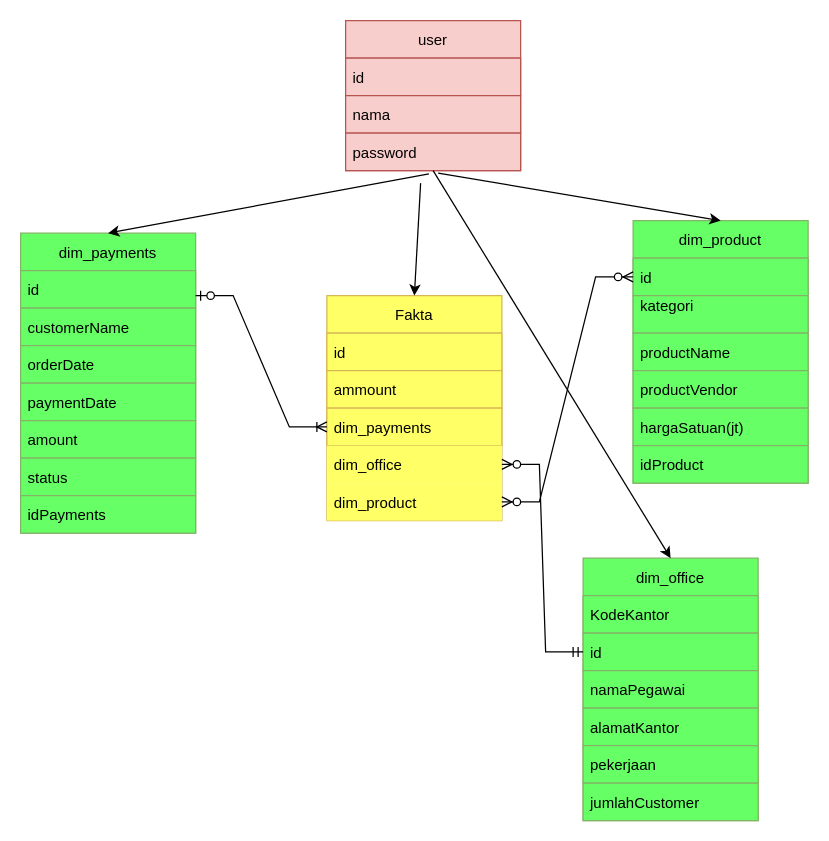
Above: desain.drawio in rizky-phb/uasdatawarehouse (draw.io), before the change. Source tidied: cells renumbered, new cells numbered last; positions are measured from the earlier drawing's top-left corner, leaving out a move shared by most shapes. Both pictures are drawn from the tidied source at 125%, with x=0, y=0 at pixel (20, 20).
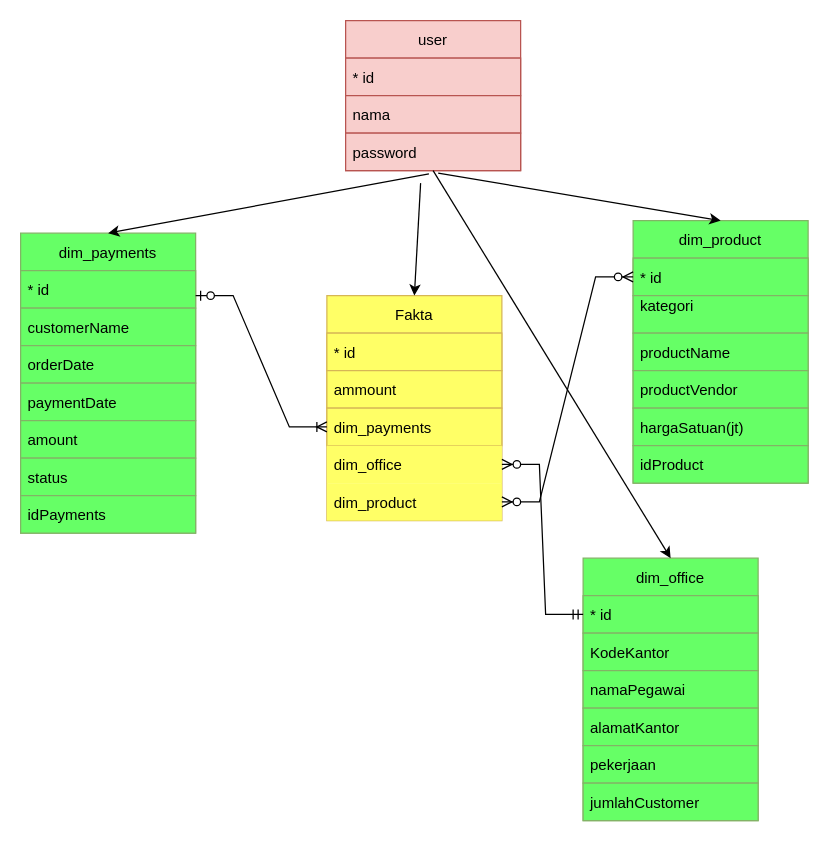
The same page after the edit.

Unchanged cells that the change refers to:
```xml
<mxCell id="2" value="user" style="swimlane;fontStyle=0;horizontal=1;startSize=30;fillColor=#f8cecc;strokeColor=#b85450;" parent="1" vertex="1">
  <mxGeometry x="260" width="140" height="120" as="geometry" />
</mxCell>
<mxCell id="6" value="dim_payments" style="swimlane;fontStyle=0;horizontal=1;startSize=30;fillColor=#66FF66;strokeColor=#82b366;" parent="1" vertex="1">
  <mxGeometry y="170" width="140" height="240" as="geometry" />
</mxCell>
<mxCell id="14" value="dim_office" style="swimlane;fontStyle=0;horizontal=1;startSize=30;fillColor=#66FF66;strokeColor=#82b366;" parent="1" vertex="1">
  <mxGeometry x="450" y="430" width="140" height="210" as="geometry" />
</mxCell>
<mxCell id="21" value="dim_product" style="swimlane;fontStyle=0;horizontal=1;startSize=30;fillColor=#66FF66;strokeColor=#82b366;" parent="1" vertex="1">
  <mxGeometry x="490" y="160" width="140" height="210" as="geometry" />
</mxCell>
<mxCell id="31" value="Fakta" style="swimlane;fontStyle=0;horizontal=1;startSize=30;fillColor=#FFFF66;strokeColor=#d6b656;" parent="1" vertex="1">
  <mxGeometry x="245" y="220" width="140" height="180" as="geometry" />
</mxCell>
```

What changed in the source:
```diff
@@
-    <mxCell id="3" value="id" style="text;strokeColor=#b85450;fillColor=#f8cecc;align=left;verticalAlign=middle;spacingLeft=4;spacingRight=4;overflow=hidden;" parent="2" vertex="1">
+    <mxCell id="3" value="* id" style="text;strokeColor=#b85450;fillColor=#f8cecc;align=left;verticalAlign=middle;spacingLeft=4;spacingRight=4;overflow=hidden;" parent="2" vertex="1">
       <mxGeometry y="30" width="140" height="30" as="geometry" />
     </mxCell>
@@
-    <mxCell id="7" value="id" style="text;strokeColor=#82b366;fillColor=#66FF66;align=left;verticalAlign=middle;spacingLeft=4;spacingRight=4;overflow=hidden;" parent="6" vertex="1">
+    <mxCell id="7" value="* id" style="text;strokeColor=#82b366;fillColor=#66FF66;align=left;verticalAlign=middle;spacingLeft=4;spacingRight=4;overflow=hidden;" parent="6" vertex="1">
       <mxGeometry y="30" width="140" height="30" as="geometry" />
     </mxCell>
@@
+    <mxCell id="16" value="* id" style="text;strokeColor=#82b366;fillColor=#66FF66;align=left;verticalAlign=middle;spacingLeft=4;spacingRight=4;overflow=hidden;points=[[0,0.5],[1,0.5]];portConstraint=eastwest;" parent="14" vertex="1">
+      <mxGeometry y="30" width="140" height="30" as="geometry" />
+    </mxCell>
     <mxCell id="15" value="KodeKantor" style="text;strokeColor=#82b366;fillColor=#66FF66;align=left;verticalAlign=middle;spacingLeft=4;spacingRight=4;overflow=hidden;" parent="14" vertex="1">
-      <mxGeometry y="30" width="140" height="30" as="geometry" />
+      <mxGeometry y="60" width="140" height="30" as="geometry" />
     </mxCell>
-    <mxCell id="16" value="id" style="text;strokeColor=#82b366;fillColor=#66FF66;align=left;verticalAlign=middle;spacingLeft=4;spacingRight=4;overflow=hidden;points=[[0,0.5],[1,0.5]];portConstraint=eastwest;" parent="14" vertex="1">
-      <mxGeometry y="60" width="140" height="30" as="geometry" />
-    </mxCell>
@@
-    <mxCell id="22" value="id" style="text;strokeColor=#82b366;fillColor=#66FF66;align=left;verticalAlign=middle;spacingLeft=4;spacingRight=4;overflow=hidden;points=[[0,0.5],[1,0.5]];portConstraint=eastwest;" parent="21" vertex="1">
+    <mxCell id="22" value="* id" style="text;strokeColor=#82b366;fillColor=#66FF66;align=left;verticalAlign=middle;spacingLeft=4;spacingRight=4;overflow=hidden;points=[[0,0.5],[1,0.5]];portConstraint=eastwest;" parent="21" vertex="1">
       <mxGeometry y="30" width="140" height="30" as="geometry" />
     </mxCell>
@@
-    <mxCell id="32" value="id" style="text;strokeColor=#d6b656;fillColor=#FFFF66;align=left;verticalAlign=middle;spacingLeft=4;spacingRight=4;overflow=hidden;" parent="31" vertex="1">
+    <mxCell id="32" value="* id" style="text;strokeColor=#d6b656;fillColor=#FFFF66;align=left;verticalAlign=middle;spacingLeft=4;spacingRight=4;overflow=hidden;" parent="31" vertex="1">
       <mxGeometry y="30" width="140" height="30" as="geometry" />
     </mxCell>
```
